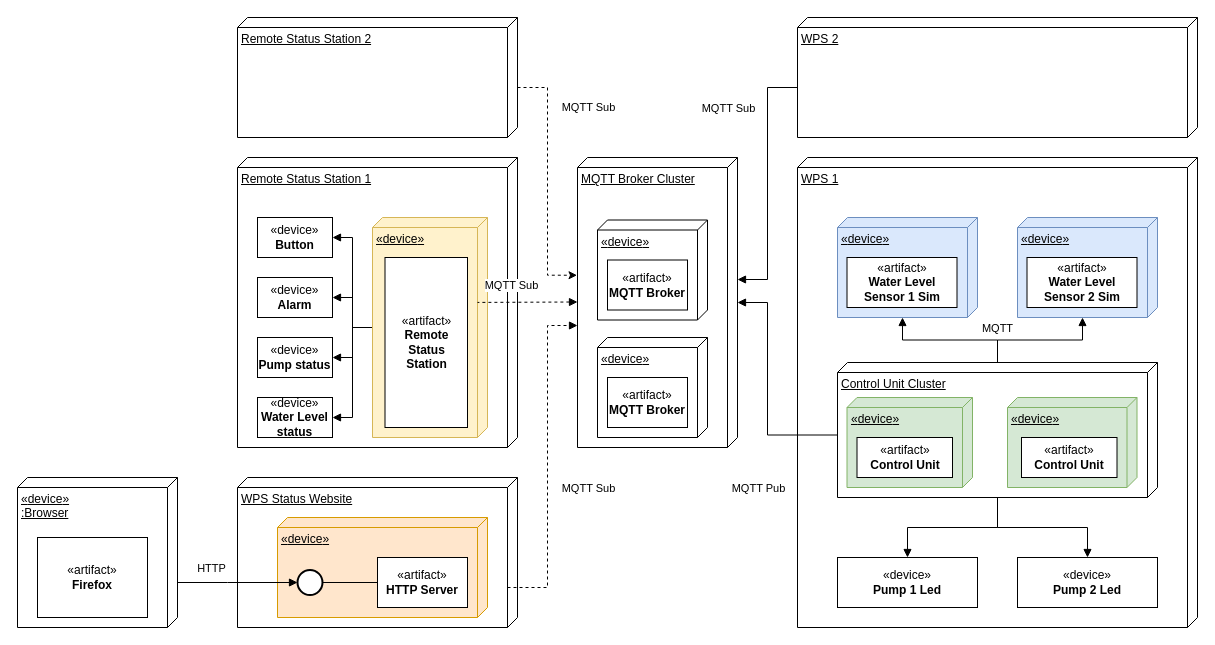
Before: delivery-2/deployment-diagram-WPS.drawio in mendes-r/mescc-cslab, a draw.io diagram. Source tidied: cells renumbered, new cells numbered last; positions are measured from the earlier drawing's top-left corner, leaving out a move shared by most shapes. Both pictures are drawn from the tidied source at 100%, with x=0, y=0 at pixel (17, 17).
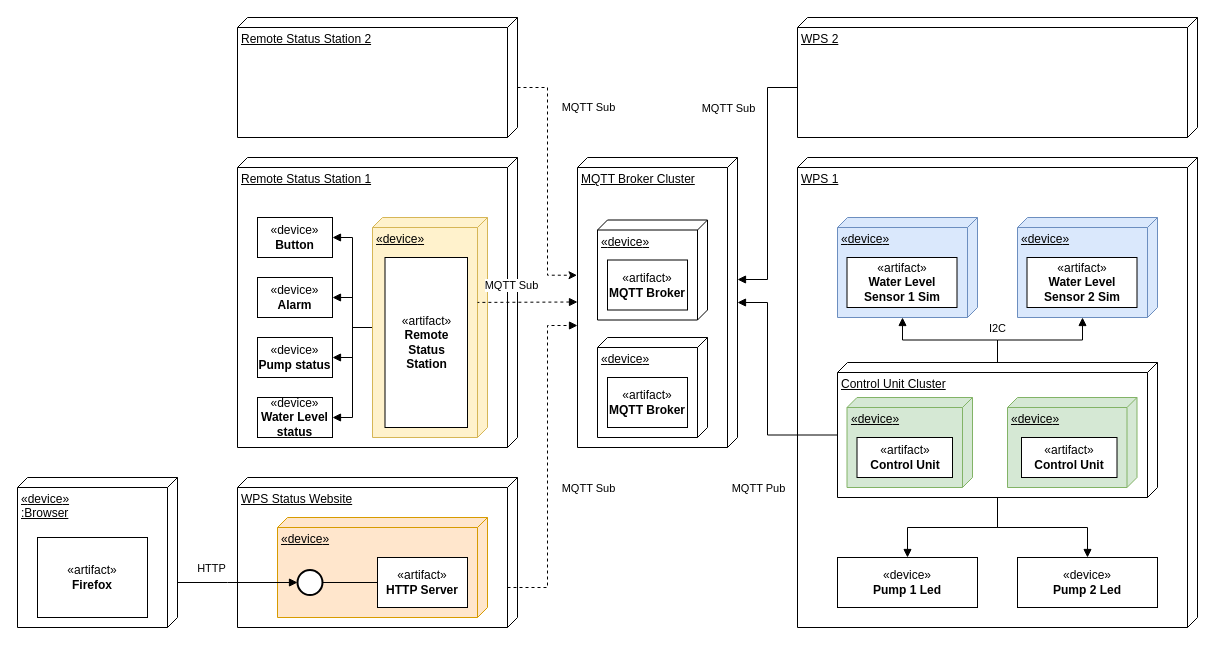
The same diagram, later.

The change refers to these unchanged cells:
```xml
<mxCell id="15" style="edgeStyle=orthogonalEdgeStyle;rounded=0;jettySize=auto;html=1;entryX=0;entryY=0;entryDx=100;entryDy=75;entryPerimeter=0;endArrow=block;endFill=1;" parent="1" edge="1" source="7" target="8">
  <mxGeometry relative="1" as="geometry" />
</mxCell>
```

Change to the diagram source:
```diff
@@
-    <mxCell id="16" value="MQTT" style="edgeLabel;html=1;align=center;verticalAlign=middle;labelBackgroundColor=none;" parent="15" vertex="1">
+    <mxCell id="16" value="I2C" style="edgeLabel;html=1;align=center;verticalAlign=middle;labelBackgroundColor=none;" parent="15" vertex="1">
       <mxGeometry x="-0.35" y="2" relative="1" as="geometry">
         <mxPoint x="23" y="-14" as="offset" />
       </mxGeometry>
     </mxCell>
```
